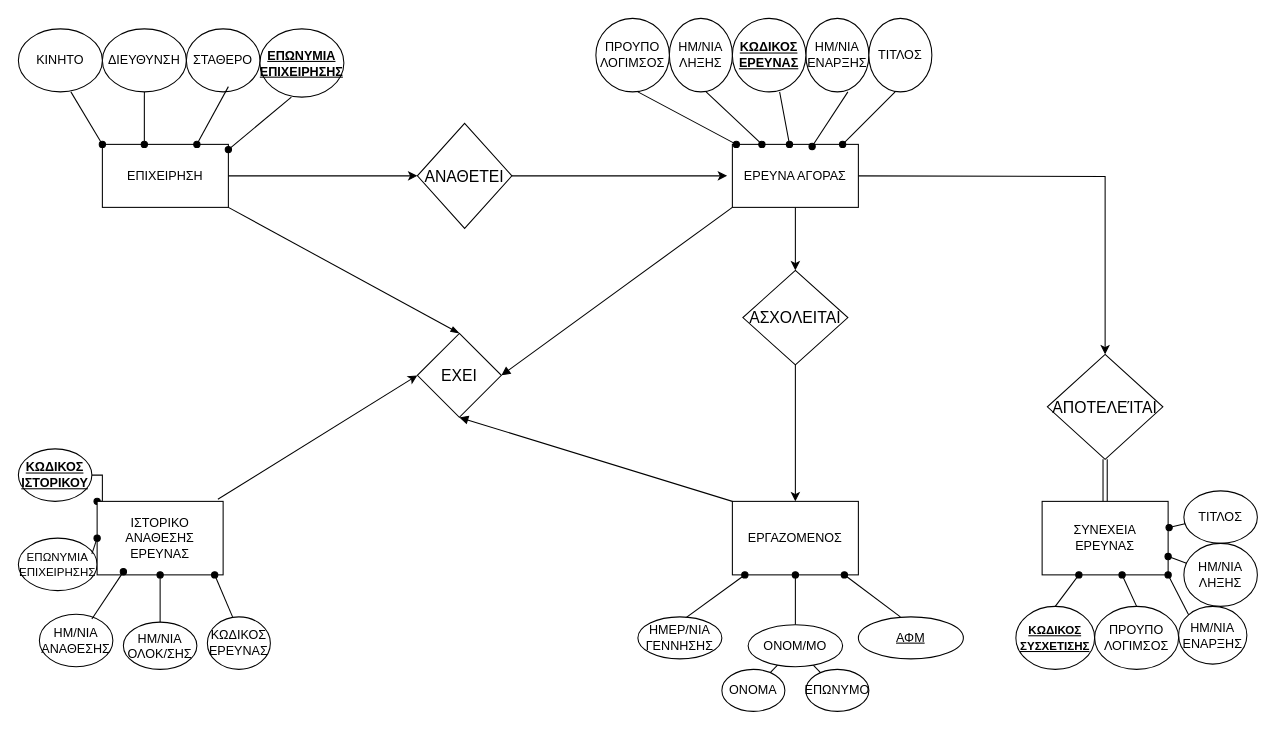
Above: Untitled Diagram.drawio in westqast/C-Program-to-Find-the-Largest-Number-Among-Three-Numbers (draw.io), before the change. Source tidied: cells renumbered, new cells numbered last; positions are measured from the earlier drawing's top-left corner, leaving out a move shared by most shapes. Both pictures are drawn from the tidied source at 105%, with x=0, y=0 at pixel (18, 18).
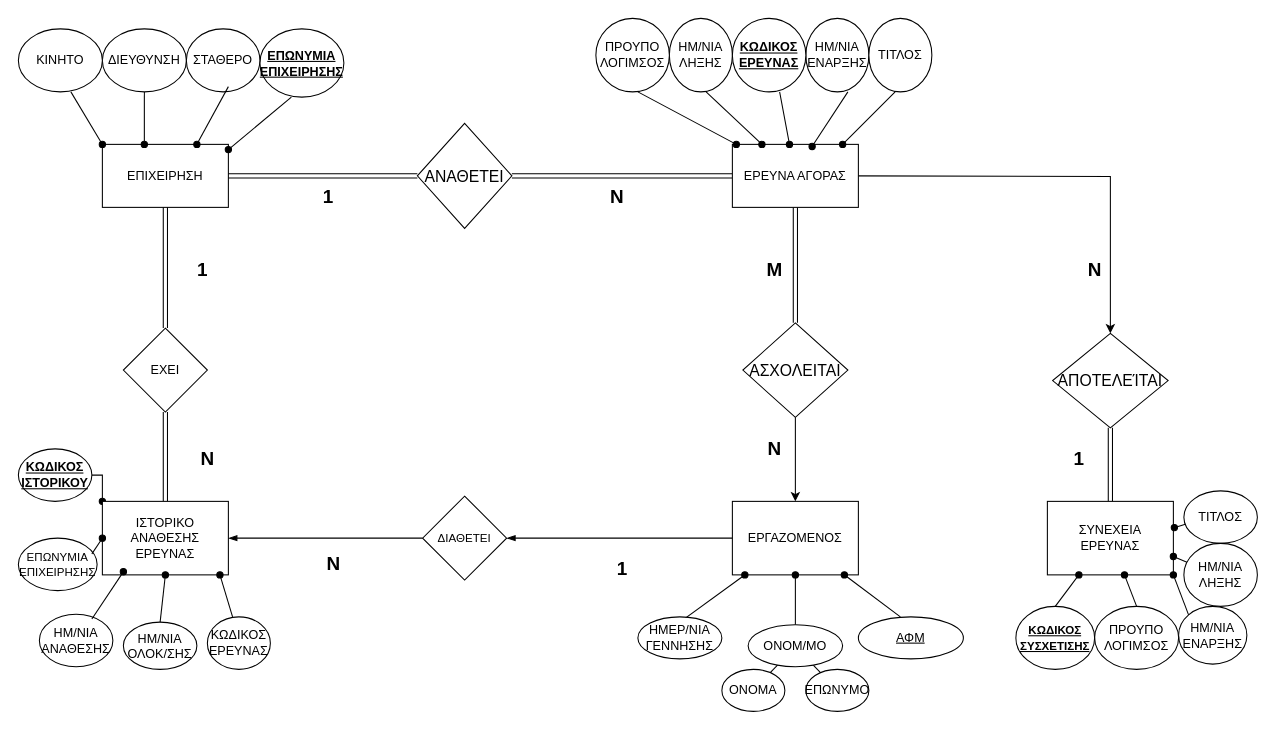
After the change.

Unchanged cells that the change refers to:
```xml
<mxCell id="3" value="ΕΠΙΧΕΙΡΗΣΗ" style="rounded=0;whiteSpace=wrap;html=1;" parent="1" vertex="1">
  <mxGeometry x="80" y="120" width="120" height="60" as="geometry" />
</mxCell>
<mxCell id="24" value="ΕΡΓΑΖΟΜΕΝΟΣ" style="rounded=0;whiteSpace=wrap;html=1;" parent="1" vertex="1">
  <mxGeometry x="680" y="460" width="120" height="70" as="geometry" />
</mxCell>
<mxCell id="48" value="&lt;font style=&quot;font-size: 15px;&quot;&gt;ΑΝΑΘΕΤΕΙ&lt;/font&gt;" style="rhombus;whiteSpace=wrap;html=1;" parent="1" vertex="1">
  <mxGeometry x="380" y="100" width="90" height="100" as="geometry" />
</mxCell>
<mxCell id="58" value="ΕΡΕΥΝΑ ΑΓΟΡΑΣ" style="rounded=0;whiteSpace=wrap;html=1;" parent="1" vertex="1">
  <mxGeometry x="680" y="120" width="120" height="60" as="geometry" />
</mxCell>
```

What changed in the source:
```diff
@@
-    <mxCell id="2" style="edgeStyle=orthogonalEdgeStyle;rounded=0;jettySize=auto;html=1;" parent="1" edge="1" source="48">
-      <mxGeometry relative="1" as="geometry">
-        <mxPoint x="675" y="150" as="targetPoint" />
-      </mxGeometry>
+    <mxCell id="2" style="edgeStyle=orthogonalEdgeStyle;rounded=0;jettySize=auto;html=1;entryX=0;entryY=0.5;entryDx=0;entryDy=0;shape=link;" parent="1" edge="1" source="48" target="58">
+      <mxGeometry relative="1" as="geometry" />
     </mxCell>
+    <mxCell id="70" style="edgeStyle=orthogonalEdgeStyle;rounded=0;jettySize=auto;html=1;shape=link;" parent="1" edge="1" source="23" target="46">
+      <mxGeometry relative="1" as="geometry" />
+    </mxCell>
@@
     <mxCell id="8" value="ΣΥΝΕΧΕΙΑ&lt;br&gt;ΕΡΕΥΝΑΣ" style="rounded=0;whiteSpace=wrap;html=1;" parent="1" vertex="1">
-      <mxGeometry x="975" y="460" width="120" height="70" as="geometry" />
+      <mxGeometry x="980" y="460" width="120" height="70" as="geometry" />
     </mxCell>
@@
     <mxCell id="10" value="&lt;font style=&quot;font-size: 15px;&quot;&gt;ΑΠΟΤΕΛΕΊΤΑΙ&lt;/font&gt;" style="rhombus;whiteSpace=wrap;html=1;" parent="1" vertex="1">
-      <mxGeometry x="980" y="320" width="110" height="100" as="geometry" />
+      <mxGeometry x="985" y="300" width="110" height="90" as="geometry" />
     </mxCell>
@@
-    <mxCell id="23" value="&lt;font style=&quot;font-size: 15px;&quot;&gt;ΕΧΕΙ&lt;/font&gt;" style="rhombus;whiteSpace=wrap;html=1;" parent="1" vertex="1">
-      <mxGeometry x="380" y="300" width="80" height="80" as="geometry" />
-    </mxCell>
@@
     <mxCell id="26" value="&lt;font style=&quot;font-size: 15px;&quot;&gt;ΑΣΧΟΛΕΙΤΑΙ&lt;/font&gt;" style="rhombus;whiteSpace=wrap;html=1;" parent="1" vertex="1">
-      <mxGeometry x="690" y="240" width="100" height="90" as="geometry" />
+      <mxGeometry x="690" y="290" width="100" height="90" as="geometry" />
     </mxCell>
@@
-    <mxCell id="32" style="endArrow=none;html=1;rounded=0;exitX=1;exitY=0.5;exitDx=0;exitDy=0;endFill=0;startArrow=block;startFill=1;entryX=0.042;entryY=0.929;entryDx=0;entryDy=0;entryPerimeter=0;" parent="1" edge="1" source="23">
-      <mxGeometry relative="1" as="geometry">
-        <mxPoint x="680" y="180" as="targetPoint" />
-      </mxGeometry>
-    </mxCell>
-    <mxCell id="33" style="endArrow=block;html=1;rounded=0;exitX=0;exitY=0;exitDx=0;exitDy=0;startArrow=none;startFill=0;endFill=1;entryX=0.5;entryY=1;entryDx=0;entryDy=0;" parent="1" edge="1" source="24" target="23">
-      <mxGeometry relative="1" as="geometry" />
-    </mxCell>
@@
+    <mxCell id="71" style="edgeStyle=orthogonalEdgeStyle;rounded=0;jettySize=auto;html=1;endArrow=none;endFill=0;startArrow=blockThin;startFill=1;" parent="1" edge="1" source="78" target="24">
+      <mxGeometry relative="1" as="geometry" />
+    </mxCell>
     <mxCell id="46" value="ΙΣΤΟΡΙΚΟ&lt;br style=&quot;border-color: var(--border-color);&quot;&gt;ΑΝΑΘΕΣΗΣ&lt;br style=&quot;border-color: var(--border-color);&quot;&gt;ΕΡΕΥΝΑΣ" style="rounded=0;whiteSpace=wrap;html=1;" parent="1" vertex="1">
-      <mxGeometry x="75" y="460" width="120" height="70" as="geometry" />
+      <mxGeometry x="80" y="460" width="120" height="70" as="geometry" />
     </mxCell>
-    <mxCell id="47" style="edgeStyle=orthogonalEdgeStyle;rounded=0;jettySize=auto;html=1;" parent="1" edge="1" source="3" target="48">
+    <mxCell id="47" style="edgeStyle=orthogonalEdgeStyle;rounded=0;jettySize=auto;html=1;shape=link;" parent="1" edge="1" source="3" target="48">
       <mxGeometry relative="1" as="geometry" />
     </mxCell>
@@
-    <mxCell id="49" style="endArrow=none;html=1;rounded=0;exitX=0.5;exitY=0;exitDx=0;exitDy=0;endFill=0;startArrow=blockThin;startFill=1;" parent="1" edge="1" source="23">
-      <mxGeometry relative="1" as="geometry">
-        <mxPoint x="200" y="180" as="targetPoint" />
-      </mxGeometry>
-    </mxCell>
-    <mxCell id="50" style="endArrow=classic;html=1;rounded=0;entryX=0;entryY=0.5;entryDx=0;entryDy=0;" parent="1" edge="1" target="23">
-      <mxGeometry relative="1" as="geometry">
-        <mxPoint x="190" y="458" as="sourcePoint" />
-      </mxGeometry>
-    </mxCell>
@@
-    <mxCell id="57" style="edgeStyle=orthogonalEdgeStyle;rounded=0;jettySize=auto;html=1;" parent="1" edge="1" source="58" target="26">
+    <mxCell id="57" style="edgeStyle=orthogonalEdgeStyle;rounded=0;jettySize=auto;html=1;shape=link;" parent="1" edge="1" source="58" target="26">
       <mxGeometry relative="1" as="geometry" />
     </mxCell>
@@
+    <mxCell id="72" value="&lt;b&gt;&lt;font style=&quot;font-size: 18px;&quot;&gt;Ν&lt;/font&gt;&lt;/b&gt;" style="text;html=1;align=center;verticalAlign=middle;strokeColor=none;fillColor=none;" parent="1" vertex="1">
+      <mxGeometry x="550" y="150" width="40" height="40" as="geometry" />
+    </mxCell>
+    <mxCell id="73" value="&lt;b&gt;&lt;font style=&quot;font-size: 18px;&quot;&gt;1&lt;/font&gt;&lt;/b&gt;" style="text;html=1;align=center;verticalAlign=middle;strokeColor=none;fillColor=none;" parent="1" vertex="1">
+      <mxGeometry x="280" y="150" width="30" height="40" as="geometry" />
+    </mxCell>
+    <mxCell id="74" value="&lt;b&gt;&lt;font style=&quot;font-size: 18px;&quot;&gt;Ν&lt;/font&gt;&lt;/b&gt;" style="text;html=1;align=center;verticalAlign=middle;strokeColor=none;fillColor=none;" parent="1" vertex="1">
+      <mxGeometry x="700" y="390" width="40" height="40" as="geometry" />
+    </mxCell>
+    <mxCell id="75" value="&lt;span style=&quot;font-size: 18px;&quot;&gt;&lt;b&gt;Μ&lt;/b&gt;&lt;/span&gt;" style="text;html=1;align=center;verticalAlign=middle;strokeColor=none;fillColor=none;" parent="1" vertex="1">
+      <mxGeometry x="700" y="220" width="40" height="40" as="geometry" />
+    </mxCell>
+    <mxCell id="76" style="edgeStyle=orthogonalEdgeStyle;rounded=0;jettySize=auto;html=1;shape=link;" parent="1" edge="1" source="3" target="23">
+      <mxGeometry relative="1" as="geometry" />
+    </mxCell>
+    <mxCell id="23" value="ΕΧΕΙ" style="rhombus;whiteSpace=wrap;html=1;" parent="1" vertex="1">
+      <mxGeometry x="100" y="295" width="80" height="80" as="geometry" />
+    </mxCell>
+    <mxCell id="77" style="edgeStyle=orthogonalEdgeStyle;rounded=0;jettySize=auto;html=1;startArrow=blockThin;startFill=1;endArrow=none;endFill=0;" parent="1" edge="1" source="46" target="78">
+      <mxGeometry relative="1" as="geometry" />
+    </mxCell>
+    <mxCell id="78" value="&lt;font style=&quot;font-size: 11px;&quot;&gt;ΔΙΑΘΕΤΕΙ&lt;/font&gt;" style="rhombus;whiteSpace=wrap;html=1;" parent="1" vertex="1">
+      <mxGeometry x="385" y="455" width="80" height="80" as="geometry" />
+    </mxCell>
+    <mxCell id="79" value="&lt;b&gt;&lt;font style=&quot;font-size: 18px;&quot;&gt;1&lt;/font&gt;&lt;/b&gt;" style="text;html=1;align=center;verticalAlign=middle;strokeColor=none;fillColor=none;" parent="1" vertex="1">
+      <mxGeometry x="995" y="400" width="30" height="40" as="geometry" />
+    </mxCell>
+    <mxCell id="80" value="&lt;b&gt;&lt;font style=&quot;font-size: 18px;&quot;&gt;Ν&lt;/font&gt;&lt;/b&gt;" style="text;html=1;align=center;verticalAlign=middle;strokeColor=none;fillColor=none;" parent="1" vertex="1">
+      <mxGeometry x="280" y="500" width="40" height="40" as="geometry" />
+    </mxCell>
+    <mxCell id="81" value="&lt;b&gt;&lt;font style=&quot;font-size: 18px;&quot;&gt;1&lt;/font&gt;&lt;/b&gt;" style="text;html=1;align=center;verticalAlign=middle;strokeColor=none;fillColor=none;" parent="1" vertex="1">
+      <mxGeometry x="560" y="505" width="30" height="40" as="geometry" />
+    </mxCell>
+    <mxCell id="82" value="&lt;b&gt;&lt;font style=&quot;font-size: 18px;&quot;&gt;Ν&lt;/font&gt;&lt;/b&gt;" style="text;html=1;align=center;verticalAlign=middle;strokeColor=none;fillColor=none;" parent="1" vertex="1">
+      <mxGeometry x="1005" y="220" width="40" height="40" as="geometry" />
+    </mxCell>
+    <mxCell id="83" value="&lt;b&gt;&lt;font style=&quot;font-size: 18px;&quot;&gt;1&lt;/font&gt;&lt;/b&gt;" style="text;html=1;align=center;verticalAlign=middle;strokeColor=none;fillColor=none;" parent="1" vertex="1">
+      <mxGeometry x="160" y="220" width="30" height="40" as="geometry" />
+    </mxCell>
+    <mxCell id="84" value="&lt;b&gt;&lt;font style=&quot;font-size: 18px;&quot;&gt;Ν&lt;/font&gt;&lt;/b&gt;" style="text;html=1;align=center;verticalAlign=middle;strokeColor=none;fillColor=none;" parent="1" vertex="1">
+      <mxGeometry x="160" y="400" width="40" height="40" as="geometry" />
+    </mxCell>
```
